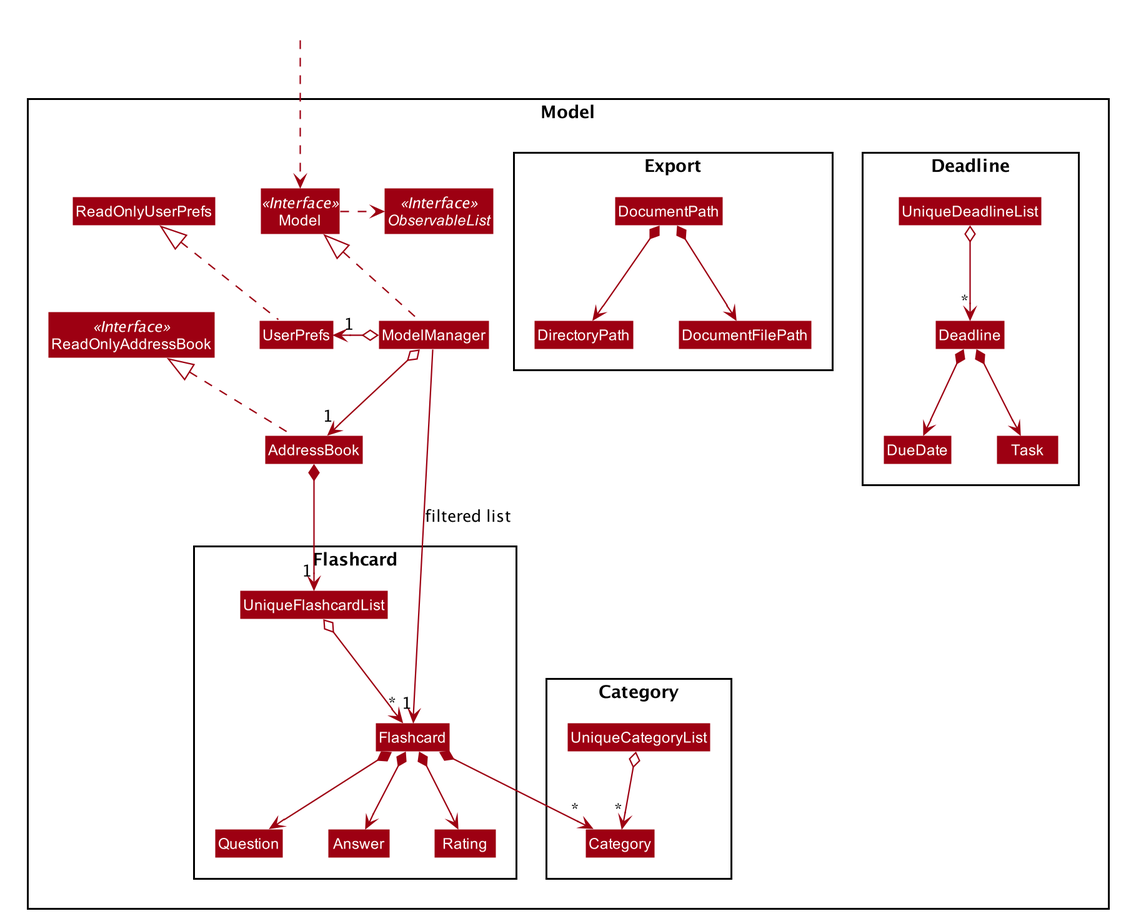
Before: docs/images/ModelClassDiagram.png, a diagram exported from PlantUML (nus-cs2103-AY1920S1/addressbook-level3).
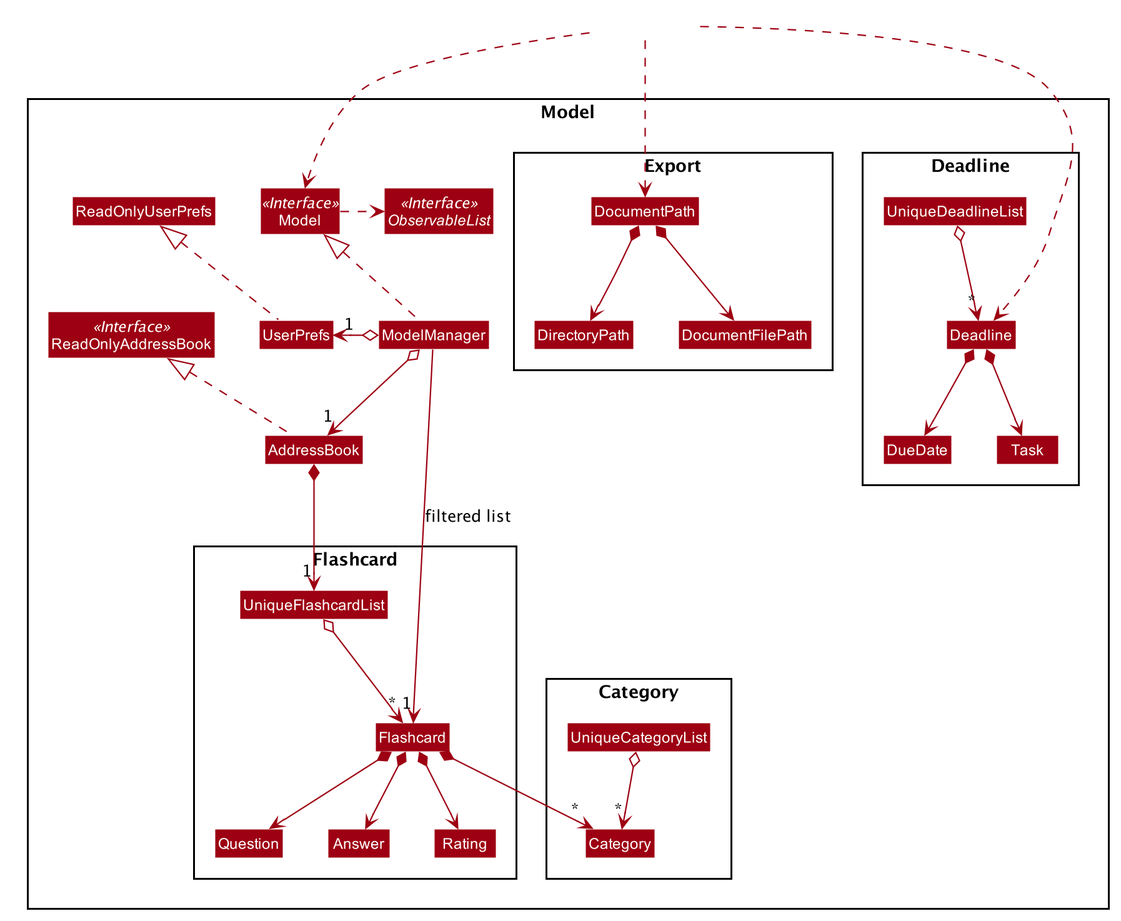
The same diagram one commit later.

Commit message:
- update model class diagram

The edit, as a diff of the source:
```diff
@@ -1,4 +1,6 @@
 @startuml
+
+
 
 
 
@@ -91,7 +93,8 @@
 
 Class HiddenOutside #FFFFFF
 HiddenOutside ..> Model
-
+HiddenOutside ..> DocumentPath
+HiddenOutside ..> Deadline
 AddressBook .up.|> ReadOnlyAddressBook
 
 ModelManager .up.|> Model
```
